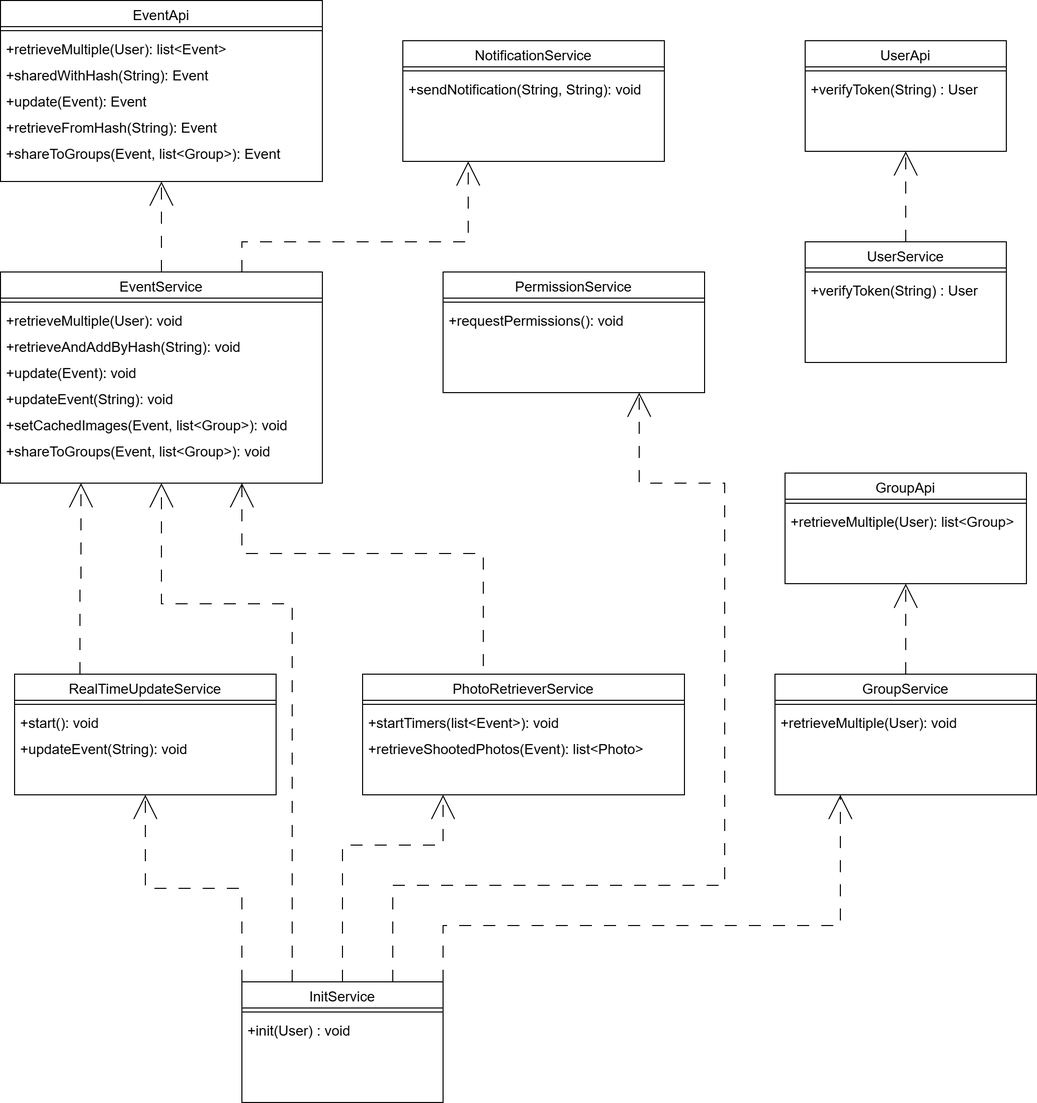
Before: latex/immagini/FrontServiceClassDiagram.png, a diagram exported from draw.io (RedDuality/Tesi). Source tidied: cells renumbered, new cells last; positions are measured from the earlier drawing's top-left corner, leaving out a move shared by most shapes.
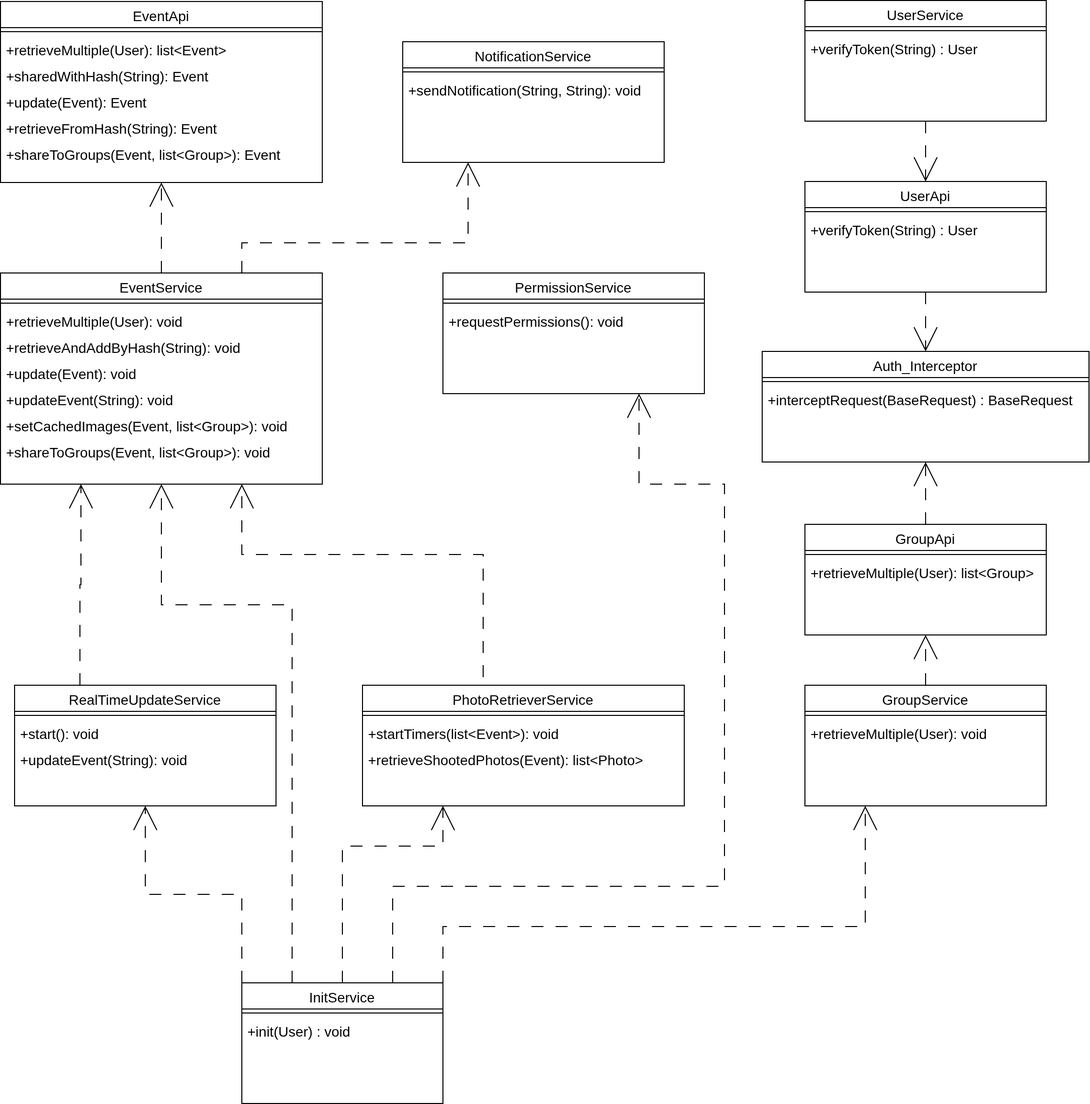
The same file after the commit.

The edit, as a diff of the source:
```diff
@@ -3,21 +3,16 @@
     <mxCell id="0" />
     <mxCell id="1" parent="0" />
     <mxCell id="2" value="UserService" style="swimlane;fontStyle=0;align=center;verticalAlign=top;horizontal=1;startSize=26;rounded=0;shadow=0;strokeWidth=1;fontSize=14;" parent="1" vertex="1">
-      <mxGeometry x="800" y="240" width="200" height="120" as="geometry" />
+      <mxGeometry x="800" y="-1" width="240" height="120" as="geometry" />
     </mxCell>
     <mxCell id="3" style="line;html=1;strokeWidth=1;align=left;verticalAlign=middle;spacingTop=-1;spacingLeft=3;spacingRight=3;labelPosition=right;fontSize=14;" parent="2" vertex="1">
-      <mxGeometry y="26" width="200" height="8" as="geometry" />
+      <mxGeometry y="26" width="240" height="8" as="geometry" />
     </mxCell>
     <mxCell id="4" value="+verifyToken(String) : User" style="text;align=left;verticalAlign=top;spacingLeft=4;spacingRight=4;overflow=hidden;rounded=0;shadow=0;html=0;fontSize=14;" parent="2" vertex="1">
-      <mxGeometry y="34" width="200" height="26" as="geometry" />
+      <mxGeometry y="34" width="240" height="26" as="geometry" />
     </mxCell>
-    <mxCell id="5" style="endArrow=open;html=1;rounded=0;exitX=0.5;exitY=0;exitDx=0;exitDy=0;dashed=1;dashPattern=12 12;endFill=0;endSize=22;edgeStyle=orthogonalEdgeStyle;startFill=0;entryX=0.5;entryY=1;entryDx=0;entryDy=0;fontSize=14;" parent="1" edge="1" source="2" target="9">
-      <mxGeometry relative="1" as="geometry">
-        <Array as="points">
-          <mxPoint x="900" y="160" />
-          <mxPoint x="900" y="160" />
-        </Array>
-      </mxGeometry>
+    <mxCell id="5" style="endArrow=open;html=1;rounded=0;exitX=0.5;exitY=1;exitDx=0;exitDy=0;dashed=1;dashPattern=12 12;endFill=0;endSize=22;edgeStyle=orthogonalEdgeStyle;startFill=0;entryX=0.5;entryY=0;entryDx=0;entryDy=0;fontSize=14;" parent="1" edge="1" source="2" target="9">
+      <mxGeometry relative="1" as="geometry" />
     </mxCell>
     <mxCell id="6" value="InitService" style="swimlane;fontStyle=0;align=center;verticalAlign=top;horizontal=1;startSize=26;rounded=0;shadow=0;strokeWidth=1;fontSize=14;" parent="1" vertex="1">
       <mxGeometry x="240" y="976" width="200" height="120" as="geometry" />
@@ -29,16 +24,16 @@
       <mxGeometry y="34" width="200" height="26" as="geometry" />
     </mxCell>
     <mxCell id="9" value="UserApi" style="swimlane;fontStyle=0;align=center;verticalAlign=top;horizontal=1;startSize=26;rounded=0;shadow=0;strokeWidth=1;fontSize=14;" parent="1" vertex="1">
-      <mxGeometry x="800" y="40" width="200" height="110" as="geometry" />
+      <mxGeometry x="800" y="179" width="240" height="110" as="geometry" />
     </mxCell>
     <mxCell id="10" style="line;html=1;strokeWidth=1;align=left;verticalAlign=middle;spacingTop=-1;spacingLeft=3;spacingRight=3;labelPosition=right;fontSize=14;" parent="9" vertex="1">
-      <mxGeometry y="26" width="200" height="8" as="geometry" />
+      <mxGeometry y="26" width="240" height="8" as="geometry" />
     </mxCell>
     <mxCell id="11" value="+verifyToken(String) : User" style="text;align=left;verticalAlign=top;spacingLeft=4;spacingRight=4;overflow=hidden;rounded=0;shadow=0;html=0;fontSize=14;" parent="9" vertex="1">
-      <mxGeometry y="34" width="200" height="26" as="geometry" />
+      <mxGeometry y="34" width="240" height="26" as="geometry" />
     </mxCell>
     <mxCell id="12" value="RealTimeUpdateService" style="swimlane;fontStyle=0;align=center;verticalAlign=top;horizontal=1;startSize=26;rounded=0;shadow=0;strokeWidth=1;fontSize=14;" parent="1" vertex="1">
-      <mxGeometry x="14" y="670" width="260" height="120" as="geometry" />
+      <mxGeometry x="14" y="680" width="260" height="120" as="geometry" />
     </mxCell>
     <mxCell id="13" style="line;html=1;strokeWidth=1;align=left;verticalAlign=middle;spacingTop=-1;spacingLeft=3;spacingRight=3;labelPosition=right;fontSize=14;" parent="12" vertex="1">
       <mxGeometry y="26" width="260" height="8" as="geometry" />
@@ -59,13 +54,13 @@
       <mxGeometry y="34" width="260" height="26" as="geometry" />
     </mxCell>
     <mxCell id="19" value="GroupService" style="swimlane;fontStyle=0;align=center;verticalAlign=top;horizontal=1;startSize=26;rounded=0;shadow=0;strokeWidth=1;fontSize=14;" parent="1" vertex="1">
-      <mxGeometry x="770" y="670" width="260" height="120" as="geometry" />
+      <mxGeometry x="800" y="680" width="240" height="120" as="geometry" />
     </mxCell>
     <mxCell id="20" style="line;html=1;strokeWidth=1;align=left;verticalAlign=middle;spacingTop=-1;spacingLeft=3;spacingRight=3;labelPosition=right;fontSize=14;" parent="19" vertex="1">
-      <mxGeometry y="26" width="260" height="8" as="geometry" />
+      <mxGeometry y="26" width="240" height="8" as="geometry" />
     </mxCell>
     <mxCell id="21" value="+retrieveMultiple(User): void" style="text;align=left;verticalAlign=top;spacingLeft=4;spacingRight=4;overflow=hidden;rounded=0;shadow=0;html=0;fontSize=14;" parent="19" vertex="1">
-      <mxGeometry y="34" width="260" height="26" as="geometry" />
+      <mxGeometry y="34" width="240" height="26" as="geometry" />
     </mxCell>
     <mxCell id="22" value="EventService" style="swimlane;fontStyle=0;align=center;verticalAlign=top;horizontal=1;startSize=26;rounded=0;shadow=0;strokeWidth=1;fontSize=14;" parent="1" vertex="1">
       <mxGeometry y="270" width="320" height="210" as="geometry" />
@@ -92,7 +87,7 @@
       <mxGeometry y="164" width="320" height="26" as="geometry" />
     </mxCell>
     <mxCell id="30" value="PhotoRetrieverService" style="swimlane;fontStyle=0;align=center;verticalAlign=top;horizontal=1;startSize=26;rounded=0;shadow=0;strokeWidth=1;fontSize=14;" parent="1" vertex="1">
-      <mxGeometry x="360" y="670" width="320" height="120" as="geometry" />
+      <mxGeometry x="360" y="680" width="320" height="120" as="geometry" />
     </mxCell>
     <mxCell id="31" style="line;html=1;strokeWidth=1;align=left;verticalAlign=middle;spacingTop=-1;spacingLeft=3;spacingRight=3;labelPosition=right;fontSize=14;" parent="30" vertex="1">
       <mxGeometry y="26" width="320" height="8" as="geometry" />
@@ -156,7 +151,7 @@
       </mxGeometry>
     </mxCell>
     <mxCell id="48" value="GroupApi" style="swimlane;fontStyle=0;align=center;verticalAlign=top;horizontal=1;startSize=26;rounded=0;shadow=0;strokeWidth=1;fontSize=14;" parent="1" vertex="1">
-      <mxGeometry x="780" y="470" width="240" height="110" as="geometry" />
+      <mxGeometry x="800" y="520" width="240" height="110" as="geometry" />
     </mxCell>
     <mxCell id="49" style="line;html=1;strokeWidth=1;align=left;verticalAlign=middle;spacingTop=-1;spacingLeft=3;spacingRight=3;labelPosition=right;fontSize=14;" parent="48" vertex="1">
       <mxGeometry y="26" width="240" height="8" as="geometry" />
@@ -164,13 +159,8 @@
     <mxCell id="50" value="+retrieveMultiple(User): list&lt;Group&gt;" style="text;align=left;verticalAlign=top;spacingLeft=4;spacingRight=4;overflow=hidden;rounded=0;shadow=0;html=0;fontSize=14;" parent="48" vertex="1">
       <mxGeometry y="34" width="240" height="26" as="geometry" />
     </mxCell>
-    <mxCell id="51" style="endArrow=open;html=1;rounded=0;exitX=0.5;exitY=0;exitDx=0;exitDy=0;dashed=1;dashPattern=12 12;endFill=0;endSize=22;edgeStyle=orthogonalEdgeStyle;startFill=0;entryX=0.5;entryY=1;entryDx=0;entryDy=0;fontSize=14;" parent="1" edge="1" source="19" target="48">
-      <mxGeometry relative="1" as="geometry">
-        <Array as="points">
-          <mxPoint x="900" y="620" />
-          <mxPoint x="900" y="620" />
-        </Array>
-      </mxGeometry>
+    <mxCell id="51" style="endArrow=open;html=1;rounded=0;exitX=0.5;exitY=0;exitDx=0;exitDy=0;dashed=1;dashPattern=12 12;endFill=0;endSize=22;edgeStyle=orthogonalEdgeStyle;startFill=0;fontSize=14;entryX=0.5;entryY=1;entryDx=0;entryDy=0;" parent="1" edge="1" source="19" target="48">
+      <mxGeometry relative="1" as="geometry" />
     </mxCell>
     <mxCell id="52" style="endArrow=open;html=1;rounded=0;exitX=0.25;exitY=0;exitDx=0;exitDy=0;dashed=1;dashPattern=12 12;endFill=0;endSize=22;edgeStyle=orthogonalEdgeStyle;startFill=0;fontSize=14;entryX=0.5;entryY=1;entryDx=0;entryDy=0;" parent="1" edge="1" source="6" target="22">
       <mxGeometry relative="1" as="geometry">
@@ -205,9 +195,24 @@
       <mxGeometry relative="1" as="geometry">
         <Array as="points">
           <mxPoint x="440" y="920" />
-          <mxPoint x="835" y="920" />
+          <mxPoint x="860" y="920" />
         </Array>
       </mxGeometry>
     </mxCell>
+    <mxCell id="57" value="Auth_Interceptor" style="swimlane;fontStyle=0;align=center;verticalAlign=top;horizontal=1;startSize=26;rounded=0;shadow=0;strokeWidth=1;fontSize=14;" parent="1" vertex="1">
+      <mxGeometry x="757.5" y="348" width="325" height="110" as="geometry" />
+    </mxCell>
+    <mxCell id="58" style="line;html=1;strokeWidth=1;align=left;verticalAlign=middle;spacingTop=-1;spacingLeft=3;spacingRight=3;labelPosition=right;fontSize=14;" parent="57" vertex="1">
+      <mxGeometry y="26" width="325" height="8" as="geometry" />
+    </mxCell>
+    <mxCell id="59" value="+interceptRequest(BaseRequest) : BaseRequest" style="text;align=left;verticalAlign=top;spacingLeft=4;spacingRight=4;overflow=hidden;rounded=0;shadow=0;html=0;fontSize=14;" parent="57" vertex="1">
+      <mxGeometry y="34" width="325" height="26" as="geometry" />
+    </mxCell>
+    <mxCell id="60" style="endArrow=open;html=1;rounded=0;exitX=0.5;exitY=0;exitDx=0;exitDy=0;dashed=1;dashPattern=12 12;endFill=0;endSize=22;edgeStyle=orthogonalEdgeStyle;startFill=0;fontSize=14;entryX=0.5;entryY=1;entryDx=0;entryDy=0;" parent="1" edge="1" source="48" target="57">
+      <mxGeometry relative="1" as="geometry" />
+    </mxCell>
+    <mxCell id="61" style="endArrow=open;html=1;rounded=0;exitX=0.5;exitY=1;exitDx=0;exitDy=0;dashed=1;dashPattern=12 12;endFill=0;endSize=22;edgeStyle=orthogonalEdgeStyle;startFill=0;fontSize=14;entryX=0.5;entryY=0;entryDx=0;entryDy=0;" parent="1" edge="1" source="9" target="57">
+      <mxGeometry relative="1" as="geometry" />
+    </mxCell>
   </root>
 </mxGraphModel>
```
